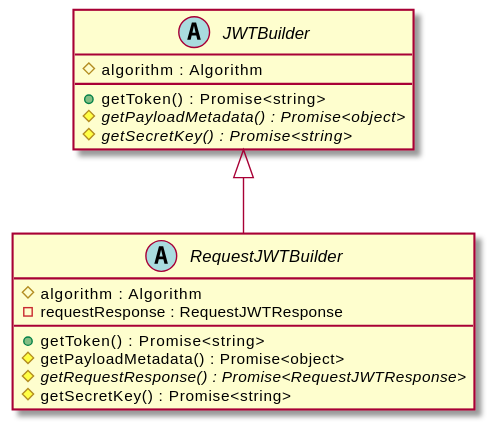
Earlier version of the PlantUML export docs/assets/RequestJWTBuilder-umlClassDiagram-597.svg (digidip/tapjaw-importer). Source of this version:
```plantuml
@startuml
skinparam BackgroundColor transparent
hide empty methods
hide empty fields
abstract class "RequestJWTBuilder" {
    #algorithm : Algorithm
    -requestResponse : RequestJWTResponse
    +getToken() : Promise<string>
    #getPayloadMetadata() : Promise<object>
    {abstract} #getRequestResponse() : Promise<RequestJWTResponse>
    #getSecretKey() : Promise<string>
}
abstract class "JWTBuilder" {
    #algorithm : Algorithm
    +getToken() : Promise<string>
    {abstract} #getPayloadMetadata() : Promise<object>
    {abstract} #getSecretKey() : Promise<string>
}
"JWTBuilder" <|-- "RequestJWTBuilder"
@enduml
```
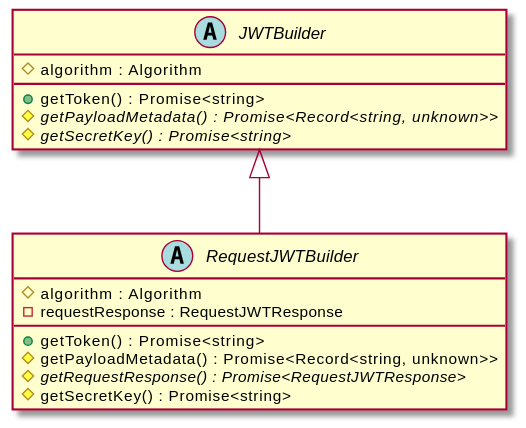
Above is the later version.

The edit, as a diff of the source:
```diff
@@ -6,14 +6,14 @@
     #algorithm : Algorithm
     -requestResponse : RequestJWTResponse
     +getToken() : Promise<string>
-    #getPayloadMetadata() : Promise<object>
+    #getPayloadMetadata() : Promise<Record<string, unknown>>
     {abstract} #getRequestResponse() : Promise<RequestJWTResponse>
     #getSecretKey() : Promise<string>
 }
 abstract class "JWTBuilder" {
     #algorithm : Algorithm
     +getToken() : Promise<string>
-    {abstract} #getPayloadMetadata() : Promise<object>
+    {abstract} #getPayloadMetadata() : Promise<Record<string, unknown>>
     {abstract} #getSecretKey() : Promise<string>
 }
 "JWTBuilder" <|-- "RequestJWTBuilder"
```
